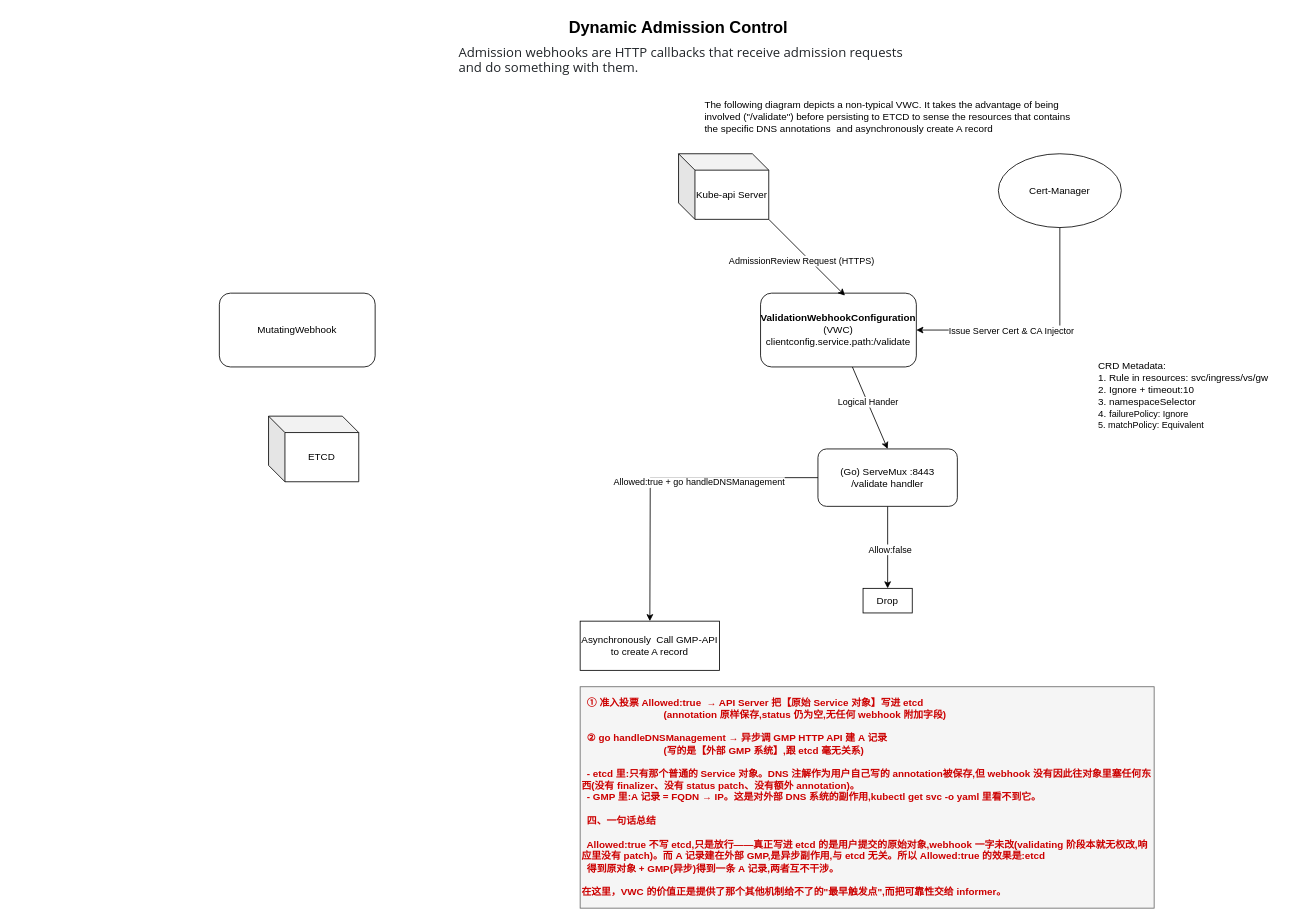
This is docs/Solution_Architect/Kubernetes/AdmissionControl.drawio from velocityX-br/devops-hackathons, a draw.io file, before an edit. Source tidied: cells renumbered, new cells numbered last; positions are measured from the earlier drawing's top-left corner, leaving out a move shared by most shapes. Both pictures are drawn from the tidied source at 82%, with x=0, y=0 at pixel (219, 14).
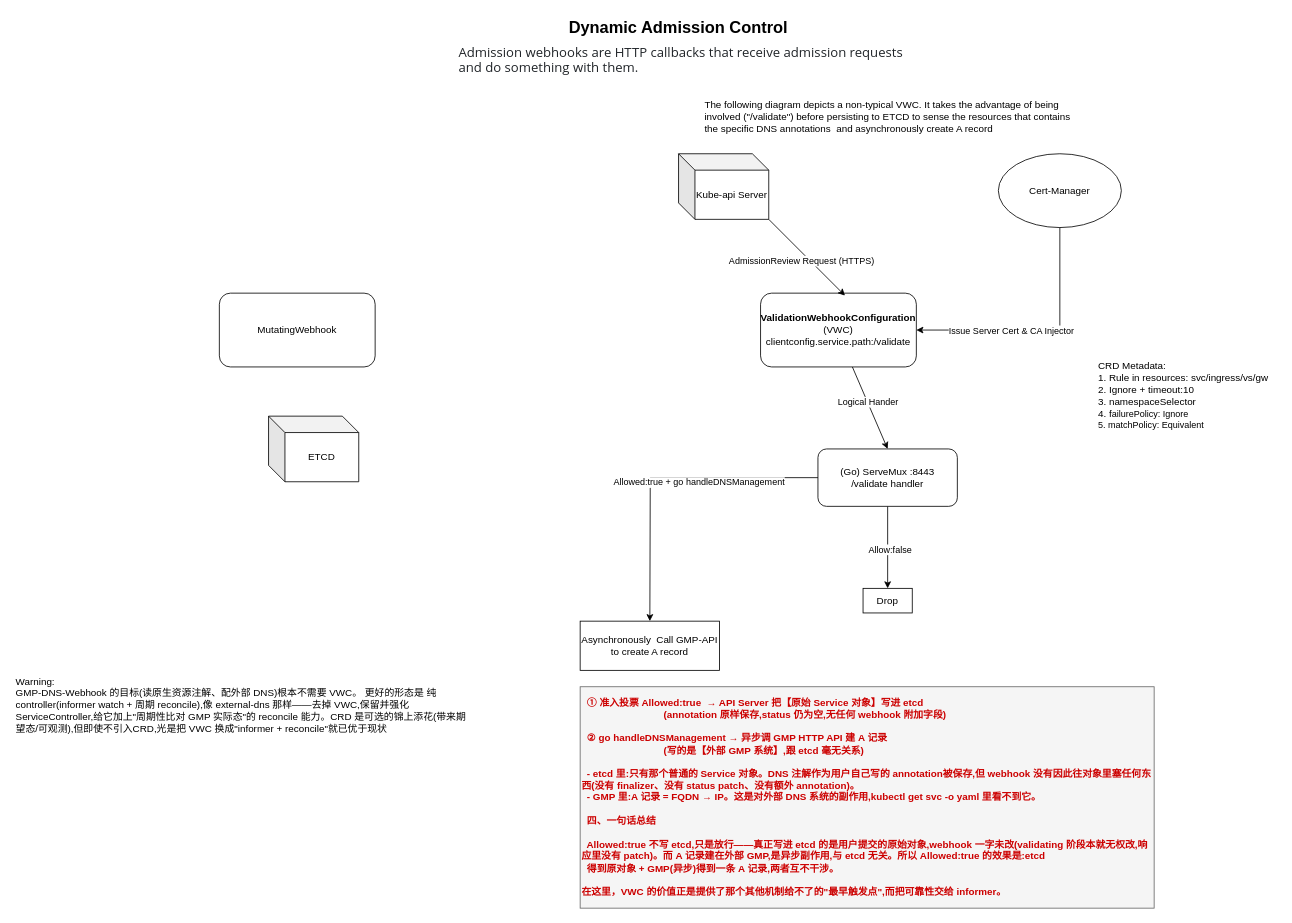
Above is the later version.

Change to the diagram source:
```diff
@@
+    <mxCell id="25" value="Warning:&#10;GMP-DNS-Webhook 的目标(读原生资源注解、配外部 DNS)根本不需要 VWC。 更好的形态是 纯 controller(informer watch + 周期 reconcile),像 external-dns 那样——去掉 VWC,保留并强化 ServiceController,给它加上&quot;周期性比对 GMP 实际态&quot;的 reconcile 能力。CRD 是可选的锦上添花(带来期望态/可观测),但即使不引入CRD,光是把 VWC 换成&quot;informer + reconcile&quot;就已优于现状" style="text;whiteSpace=wrap;" parent="1" vertex="1">
+      <mxGeometry x="-250" y="800" width="560" height="80" as="geometry" />
+    </mxCell>
```
